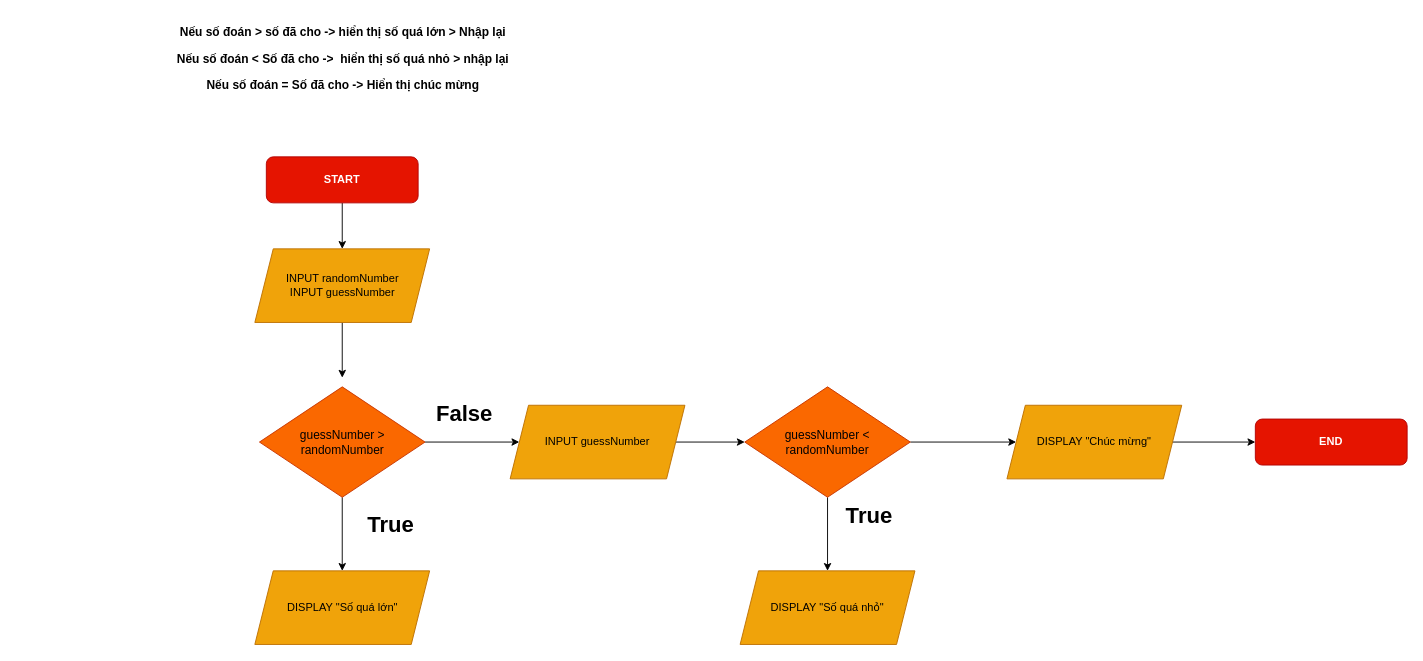
The draw.io diagram Class/assets/Bai_06.dio in tranpanhminh/front_end_29052023, before the edit. Source tidied: cells renumbered, new cells numbered last; positions are measured from the earlier drawing's top-left corner, leaving out a move shared by most shapes. Both pictures are drawn from the tidied source at 92%, with x=0, y=0 at pixel (15, 18).
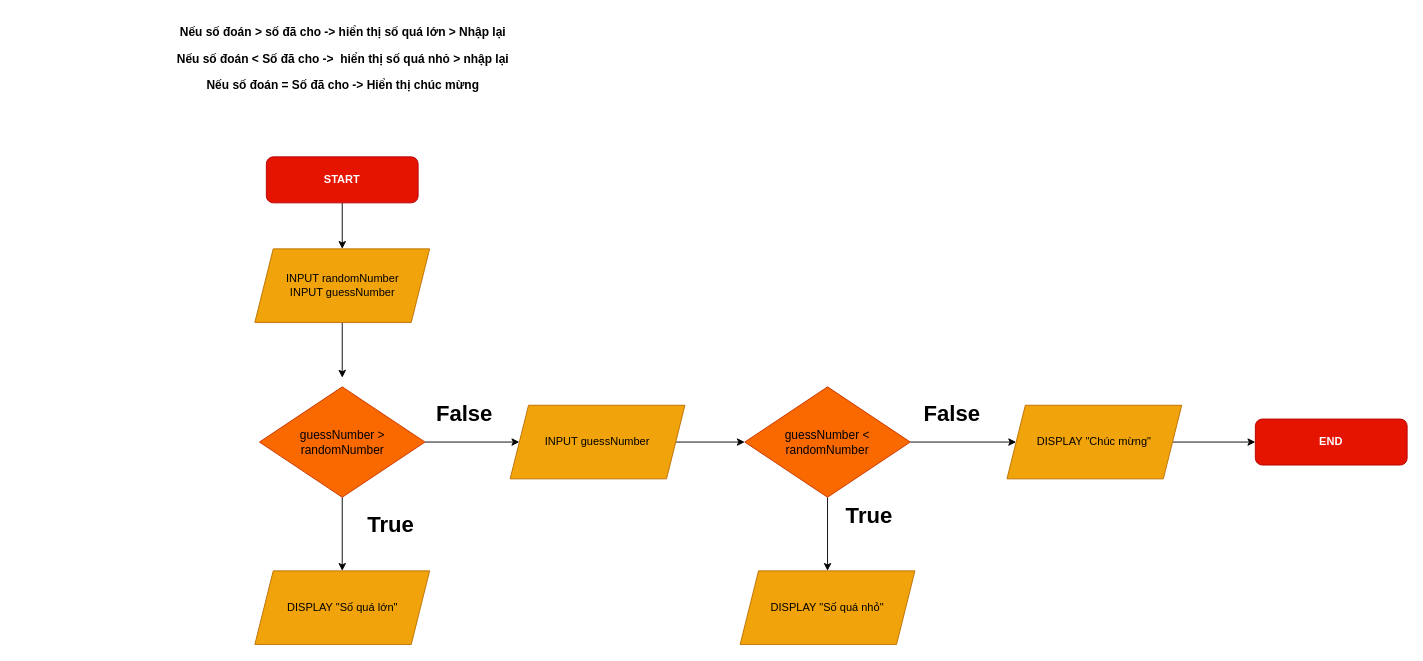
The same diagram, later.

Diff of the diagram source:
```diff
@@
+    <mxCell id="23" value="False" style="text;strokeColor=none;fillColor=none;html=1;fontSize=24;fontStyle=1;verticalAlign=middle;align=center;" parent="1" vertex="1">
+      <mxGeometry x="968" y="410" width="100" height="40" as="geometry" />
+    </mxCell>
```
